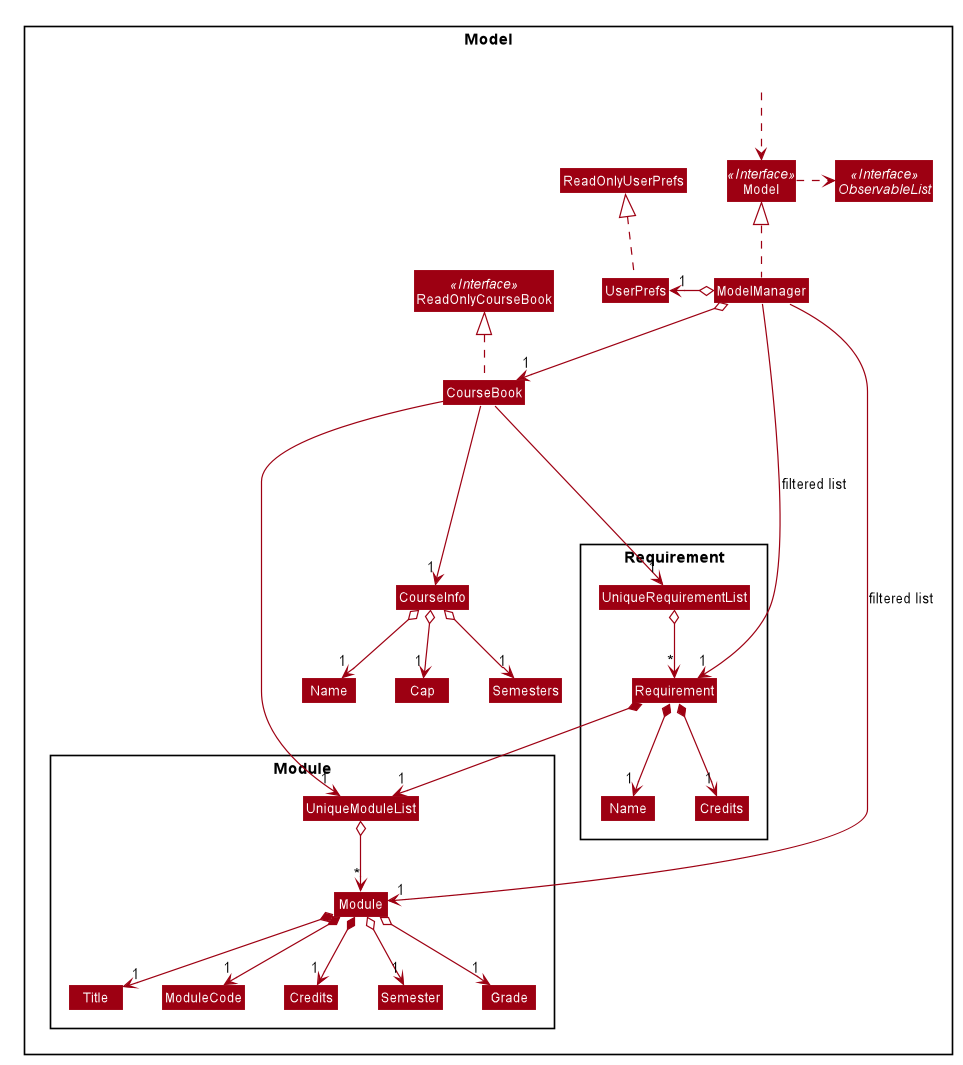
This is images/developer-guide/ModelClassDiagram.png from AY1920S2-CS2103T-F09-3/main, a PlantUML export, as it was before one commit.
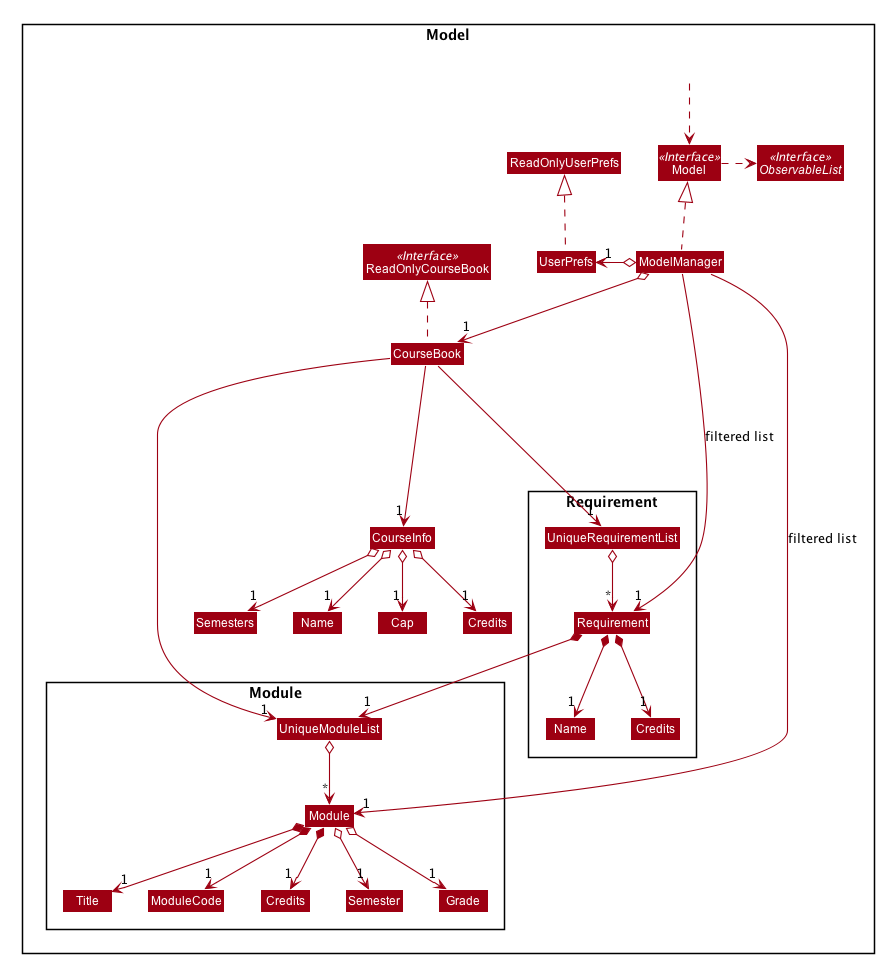
Later version of the same file.

Change to the diagram source:
```diff
@@ -113,6 +113,7 @@
 
 CourseInfo o--> "1" n2
 CourseInfo o--> "1" Cap
+CourseInfo o--> "1" Credits
 CourseInfo o--> "1" Semesters
 
 
```
